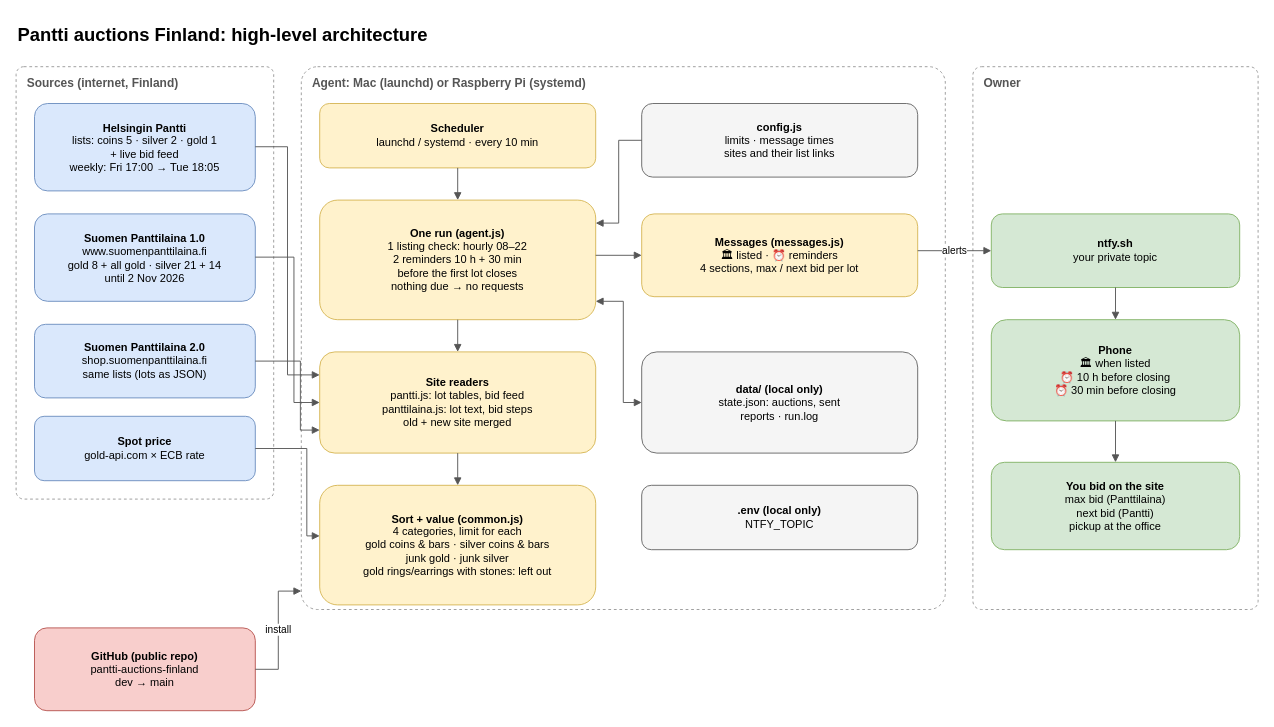
This is docs/architecture.drawio from ammar93b/pantti-auctions-finland, a draw.io file, before an edit. Source tidied: cells renumbered, new cells numbered last; positions are measured from the earlier drawing's top-left corner, leaving out a move shared by most shapes. Both pictures are drawn from the tidied source at 92%, with x=0, y=0 at pixel (16, 16).
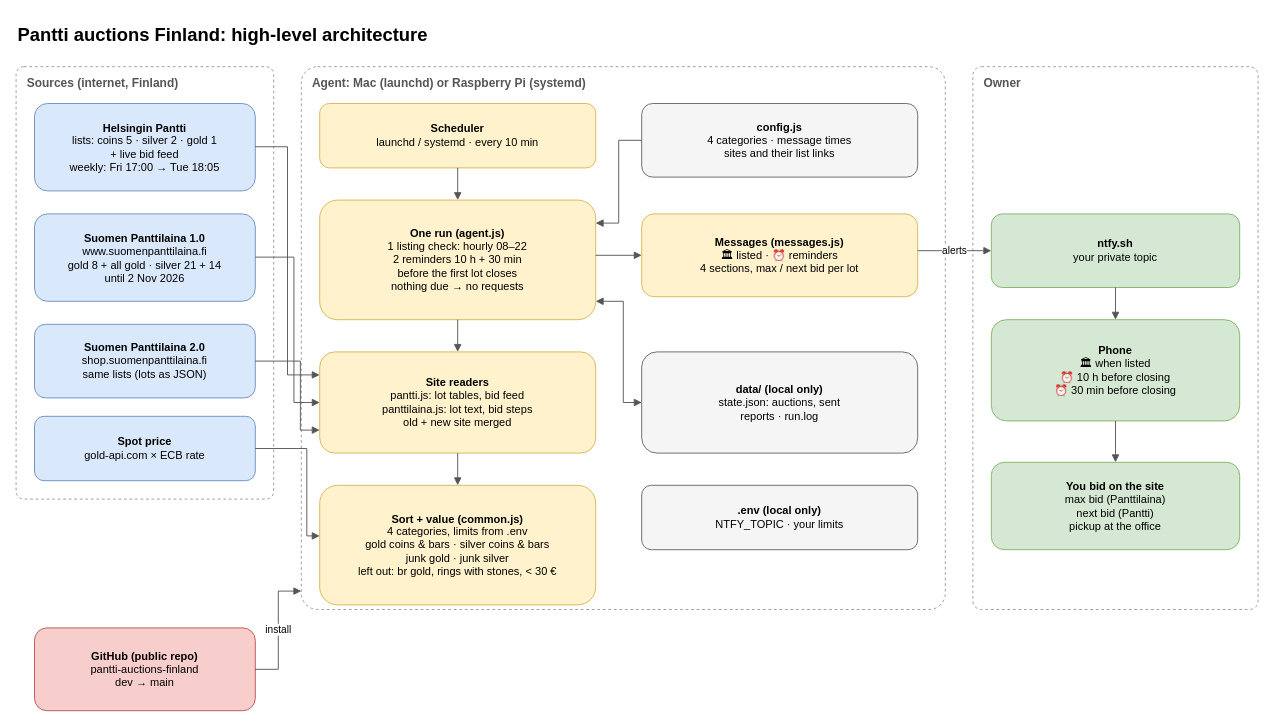
Above is the later version.

Change to the diagram source:
```diff
@@
-    <mxCell id="14" value="&lt;b&gt;Sort + value (common.js)&lt;/b&gt;&lt;br&gt;4 categories, limit for each&lt;br&gt;gold coins &amp;amp; bars · silver coins &amp;amp; bars&lt;br&gt;junk gold · junk silver&lt;br&gt;gold rings/earrings with stones: left out" style="rounded=1;whiteSpace=wrap;html=1;fillColor=#fff2cc;strokeColor=#d6b656;fontSize=12;" parent="1" vertex="1">
+    <mxCell id="14" value="&lt;b&gt;Sort + value (common.js)&lt;/b&gt;&lt;br&gt;4 categories, limits from .env&lt;br&gt;gold coins &amp;amp; bars · silver coins &amp;amp; bars&lt;br&gt;junk gold · junk silver&lt;br&gt;left out: br gold, rings with stones, &amp;lt; 30 €" style="rounded=1;whiteSpace=wrap;html=1;fillColor=#fff2cc;strokeColor=#d6b656;fontSize=12;" parent="1" vertex="1">
       <mxGeometry x="330" y="510" width="300" height="130" as="geometry" />
     </mxCell>
-    <mxCell id="15" value="&lt;b&gt;config.js&lt;/b&gt;&lt;br&gt;limits · message times&lt;br&gt;sites and their list links" style="rounded=1;whiteSpace=wrap;html=1;fillColor=#f5f5f5;strokeColor=#666666;fontSize=12;" parent="1" vertex="1">
+    <mxCell id="15" value="&lt;b&gt;config.js&lt;/b&gt;&lt;br&gt;4 categories · message times&lt;br&gt;sites and their list links" style="rounded=1;whiteSpace=wrap;html=1;fillColor=#f5f5f5;strokeColor=#666666;fontSize=12;" parent="1" vertex="1">
       <mxGeometry x="680" y="95" width="300" height="80" as="geometry" />
     </mxCell>
@@
-    <mxCell id="18" value="&lt;b&gt;.env (local only)&lt;/b&gt;&lt;br&gt;NTFY_TOPIC" style="rounded=1;whiteSpace=wrap;html=1;fillColor=#f5f5f5;strokeColor=#666666;fontSize=12;" parent="1" vertex="1">
+    <mxCell id="18" value="&lt;b&gt;.env (local only)&lt;/b&gt;&lt;br&gt;NTFY_TOPIC · your limits" style="rounded=1;whiteSpace=wrap;html=1;fillColor=#f5f5f5;strokeColor=#666666;fontSize=12;" parent="1" vertex="1">
       <mxGeometry x="680" y="510" width="300" height="70" as="geometry" />
     </mxCell>
```
